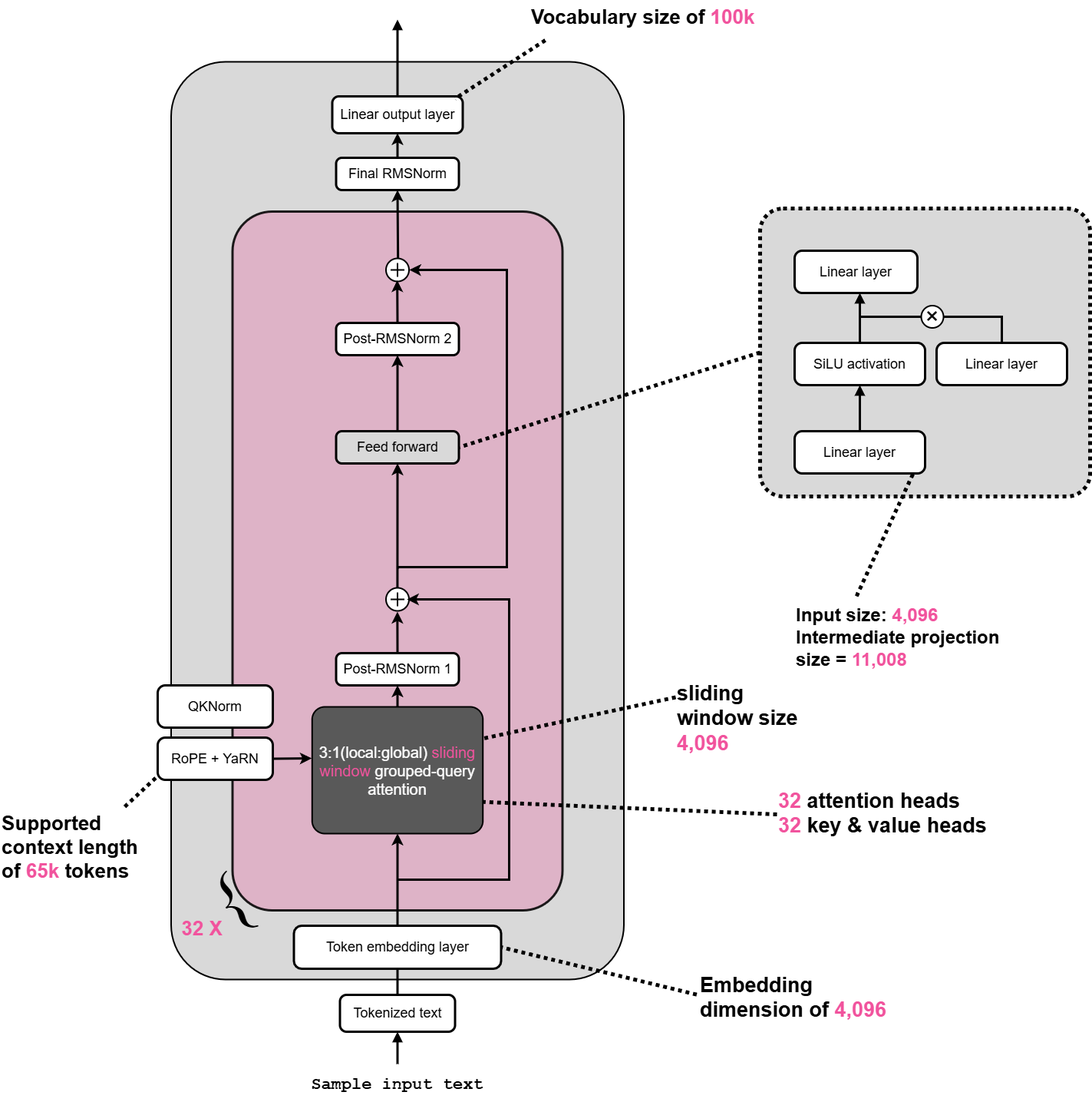
The draw.io diagram Models/Olmo/OLMo-3-(7B).drawio.png in EarthWind/deeparch, before a commit. Source tidied: cells renumbered, new cells last; positions are measured from the earlier drawing's top-left corner, leaving out a move shared by most shapes.
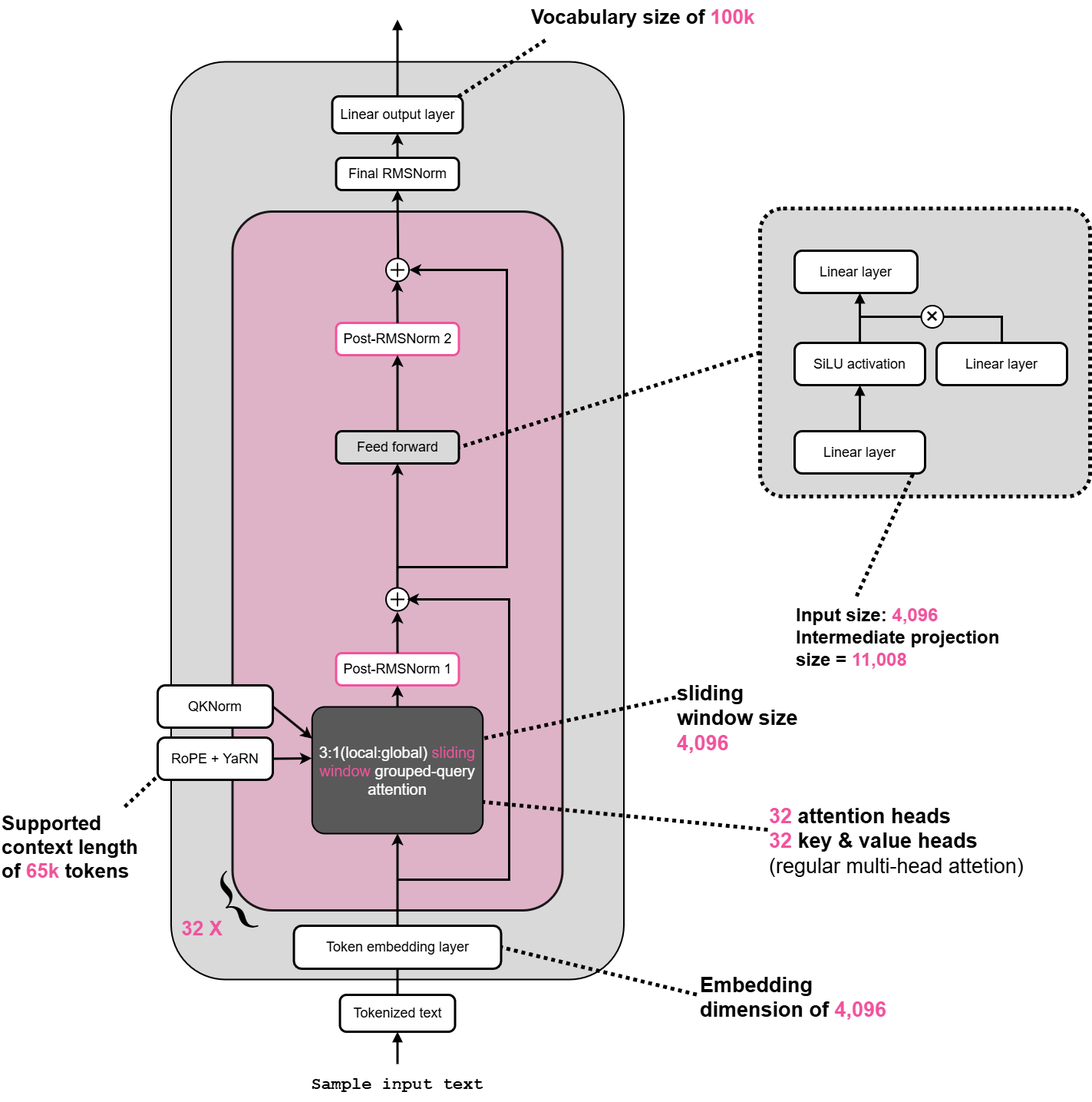
After the change.

The edit, as a diff of the source:
```diff
@@ -30,7 +30,7 @@
     <mxCell id="9" value="Feed forward" style="rounded=1;whiteSpace=wrap;html=1;arcSize=18;strokeColor=#000000;strokeWidth=3;fillColor=#d9d9d9;fontFamily=Arial;fontSize=18;fontColor=#000000;align=center;verticalAlign=middle;" parent="1" vertex="1">
       <mxGeometry x="437.5" y="561" width="160" height="42" as="geometry" />
     </mxCell>
-    <mxCell id="10" value="Post-RMSNorm 2" style="rounded=1;whiteSpace=wrap;html=1;arcSize=18;strokeColor=#000000;strokeWidth=3;fillColor=#ffffff;fontFamily=Arial;fontSize=18;fontColor=#000000;align=center;verticalAlign=middle;" parent="1" vertex="1">
+    <mxCell id="10" value="Post-RMSNorm 2" style="rounded=1;whiteSpace=wrap;html=1;arcSize=18;strokeColor=light-dark(#F1539D,#EDEDED);strokeWidth=3;fillColor=#ffffff;fontFamily=Arial;fontSize=18;fontColor=#000000;align=center;verticalAlign=middle;" parent="1" vertex="1">
       <mxGeometry x="437.5" y="420" width="160" height="42" as="geometry" />
     </mxCell>
     <mxCell id="11" value="&lt;font style=&quot;color: rgb(255, 255, 255);&quot;&gt;3:1(local:global) &lt;/font&gt;&lt;font style=&quot;color: light-dark(rgb(241, 83, 157), rgb(62, 62, 62));&quot;&gt;sliding&lt;/font&gt;&lt;div&gt;&lt;font style=&quot;color: light-dark(rgb(241, 83, 157), rgb(62, 62, 62));&quot;&gt;window&lt;/font&gt;&lt;font style=&quot;color: rgb(255, 255, 255);&quot;&gt; grouped-query&lt;/font&gt;&lt;/div&gt;&lt;div&gt;&lt;font style=&quot;color: rgb(255, 255, 255);&quot;&gt;attention&lt;/font&gt;&lt;/div&gt;" style="rounded=1;whiteSpace=wrap;html=1;arcSize=10;strokeColor=#000000;strokeWidth=2;fillColor=#595959;fontFamily=Arial;fontSize=20;fontColor=#ffffff;align=center;verticalAlign=middle;spacing=4;" parent="1" vertex="1">
@@ -111,7 +111,7 @@
     <mxCell id="34" style="html=1;verticalLabelPosition=bottom;align=center;labelBackgroundColor=#ffffff;verticalAlign=top;strokeWidth=2;strokeColor=#000000;shadow=0;dashed=0;shape=mxgraph.ios7.icons.add;" parent="1" vertex="1">
       <mxGeometry x="502.5" y="336" width="30" height="30" as="geometry" />
     </mxCell>
-    <mxCell id="35" value="Post-RMSNorm 1" style="rounded=1;whiteSpace=wrap;html=1;arcSize=18;strokeColor=#000000;strokeWidth=3;fillColor=#ffffff;fontFamily=Arial;fontSize=18;fontColor=#000000;align=center;verticalAlign=middle;" parent="1" vertex="1">
+    <mxCell id="35" value="Post-RMSNorm 1" style="rounded=1;whiteSpace=wrap;html=1;arcSize=18;strokeColor=light-dark(#f1539d, #ededed);strokeWidth=3;fillColor=#ffffff;fontFamily=Arial;fontSize=18;fontColor=#000000;align=center;verticalAlign=middle;" parent="1" vertex="1">
       <mxGeometry x="437.5" y="850" width="160" height="42" as="geometry" />
     </mxCell>
     <mxCell id="36" style="endArrow=classic;html=1;rounded=0;strokeWidth=3;strokeColor=#000000;entryX=0.5;entryY=1;entryDx=0;entryDy=0;endFill=1;" parent="1" edge="1" target="11">
@@ -180,8 +180,8 @@
         </Array>
       </mxGeometry>
     </mxCell>
-    <mxCell id="51" value="&lt;font style=&quot;color: light-dark(rgb(241, 83, 157), rgb(62, 62, 62));&quot;&gt;32&lt;/font&gt;&lt;font style=&quot;color: rgb(0, 0, 0);&quot;&gt; attention heads&lt;/font&gt;&lt;div&gt;&lt;font style=&quot;color: light-dark(rgb(241, 83, 157), rgb(62, 62, 62));&quot;&gt;32&lt;/font&gt;&lt;font style=&quot;color: rgb(0, 0, 0);&quot;&gt; key &amp;amp; value heads&lt;/font&gt;&lt;/div&gt;" style="text;html=1;strokeColor=none;fillColor=none;align=left;verticalAlign=top;whiteSpace=wrap;rounded=0;fontFamily=Arial;fontStyle=1;fontSize=28;fontColor=#000000;fontSize=27;" parent="1" vertex="1">
-      <mxGeometry x="1012" y="1020" width="338" height="80" as="geometry" />
+    <mxCell id="51" value="&lt;font style=&quot;color: light-dark(rgb(241, 83, 157), rgb(62, 62, 62));&quot;&gt;32&lt;/font&gt;&lt;font style=&quot;color: rgb(0, 0, 0);&quot;&gt; attention heads&lt;/font&gt;&lt;div&gt;&lt;font style=&quot;color: light-dark(rgb(241, 83, 157), rgb(62, 62, 62));&quot;&gt;32&lt;/font&gt;&lt;font style=&quot;color: rgb(0, 0, 0);&quot;&gt; key &amp;amp; value heads&lt;/font&gt;&lt;/div&gt;&lt;div&gt;&lt;span style=&quot;font-weight: normal;&quot;&gt;(regular multi-head attetion)&lt;/span&gt;&lt;/div&gt;" style="text;html=1;strokeColor=none;fillColor=none;align=left;verticalAlign=top;whiteSpace=wrap;rounded=0;fontFamily=Arial;fontStyle=1;fontSize=28;fontColor=#000000;fontSize=27;" parent="1" vertex="1">
+      <mxGeometry x="1000" y="1040" width="338" height="80" as="geometry" />
     </mxCell>
     <mxCell id="52" style="endArrow=none;html=1;rounded=0;strokeWidth=5;strokeColor=#000000;dashed=1;dashPattern=1 1;exitX=0;exitY=0.5;exitDx=0;exitDy=0;entryX=1;entryY=0.75;entryDx=0;entryDy=0;" parent="1" edge="1" source="51" target="11">
       <mxGeometry relative="1" as="geometry" />
@@ -195,5 +195,8 @@
     <mxCell id="55" style="endArrow=none;html=1;rounded=0;strokeWidth=5;strokeColor=#000000;dashed=1;dashPattern=1 1;exitX=0;exitY=0.25;exitDx=0;exitDy=0;entryX=1;entryY=0.25;entryDx=0;entryDy=0;" parent="1" edge="1" source="54" target="11">
       <mxGeometry relative="1" as="geometry" />
     </mxCell>
+    <mxCell id="56" style="endArrow=classic;html=1;rounded=0;strokeWidth=3;strokeColor=#000000;exitX=1;exitY=0.5;exitDx=0;exitDy=0;endFill=1;entryX=0;entryY=0.25;entryDx=0;entryDy=0;" parent="1" edge="1" source="53" target="11">
+      <mxGeometry relative="1" as="geometry" />
+    </mxCell>
   </root>
 </mxGraphModel>
```
